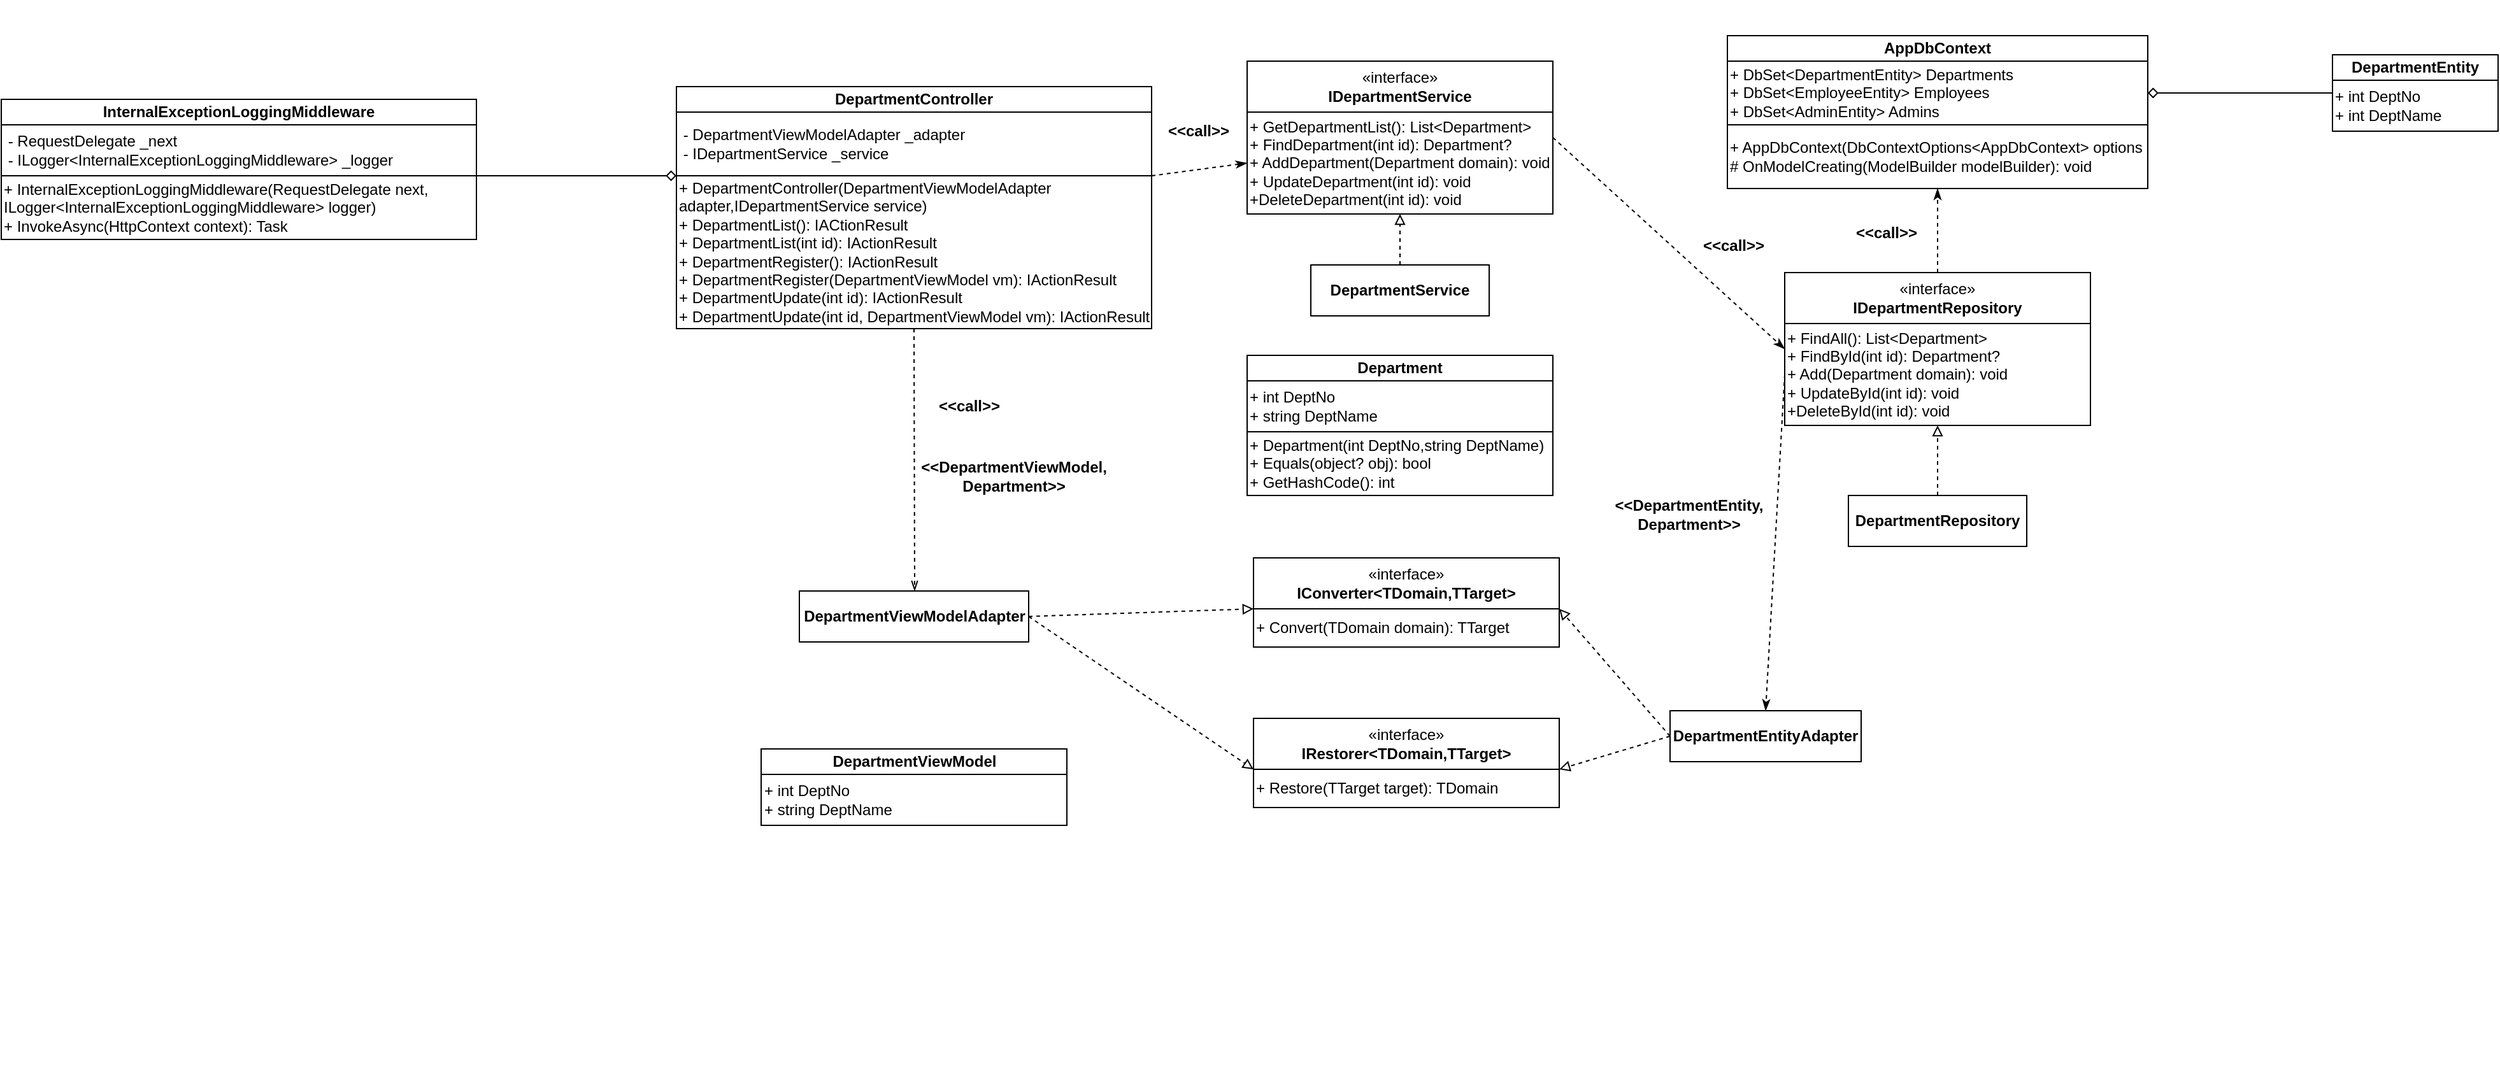
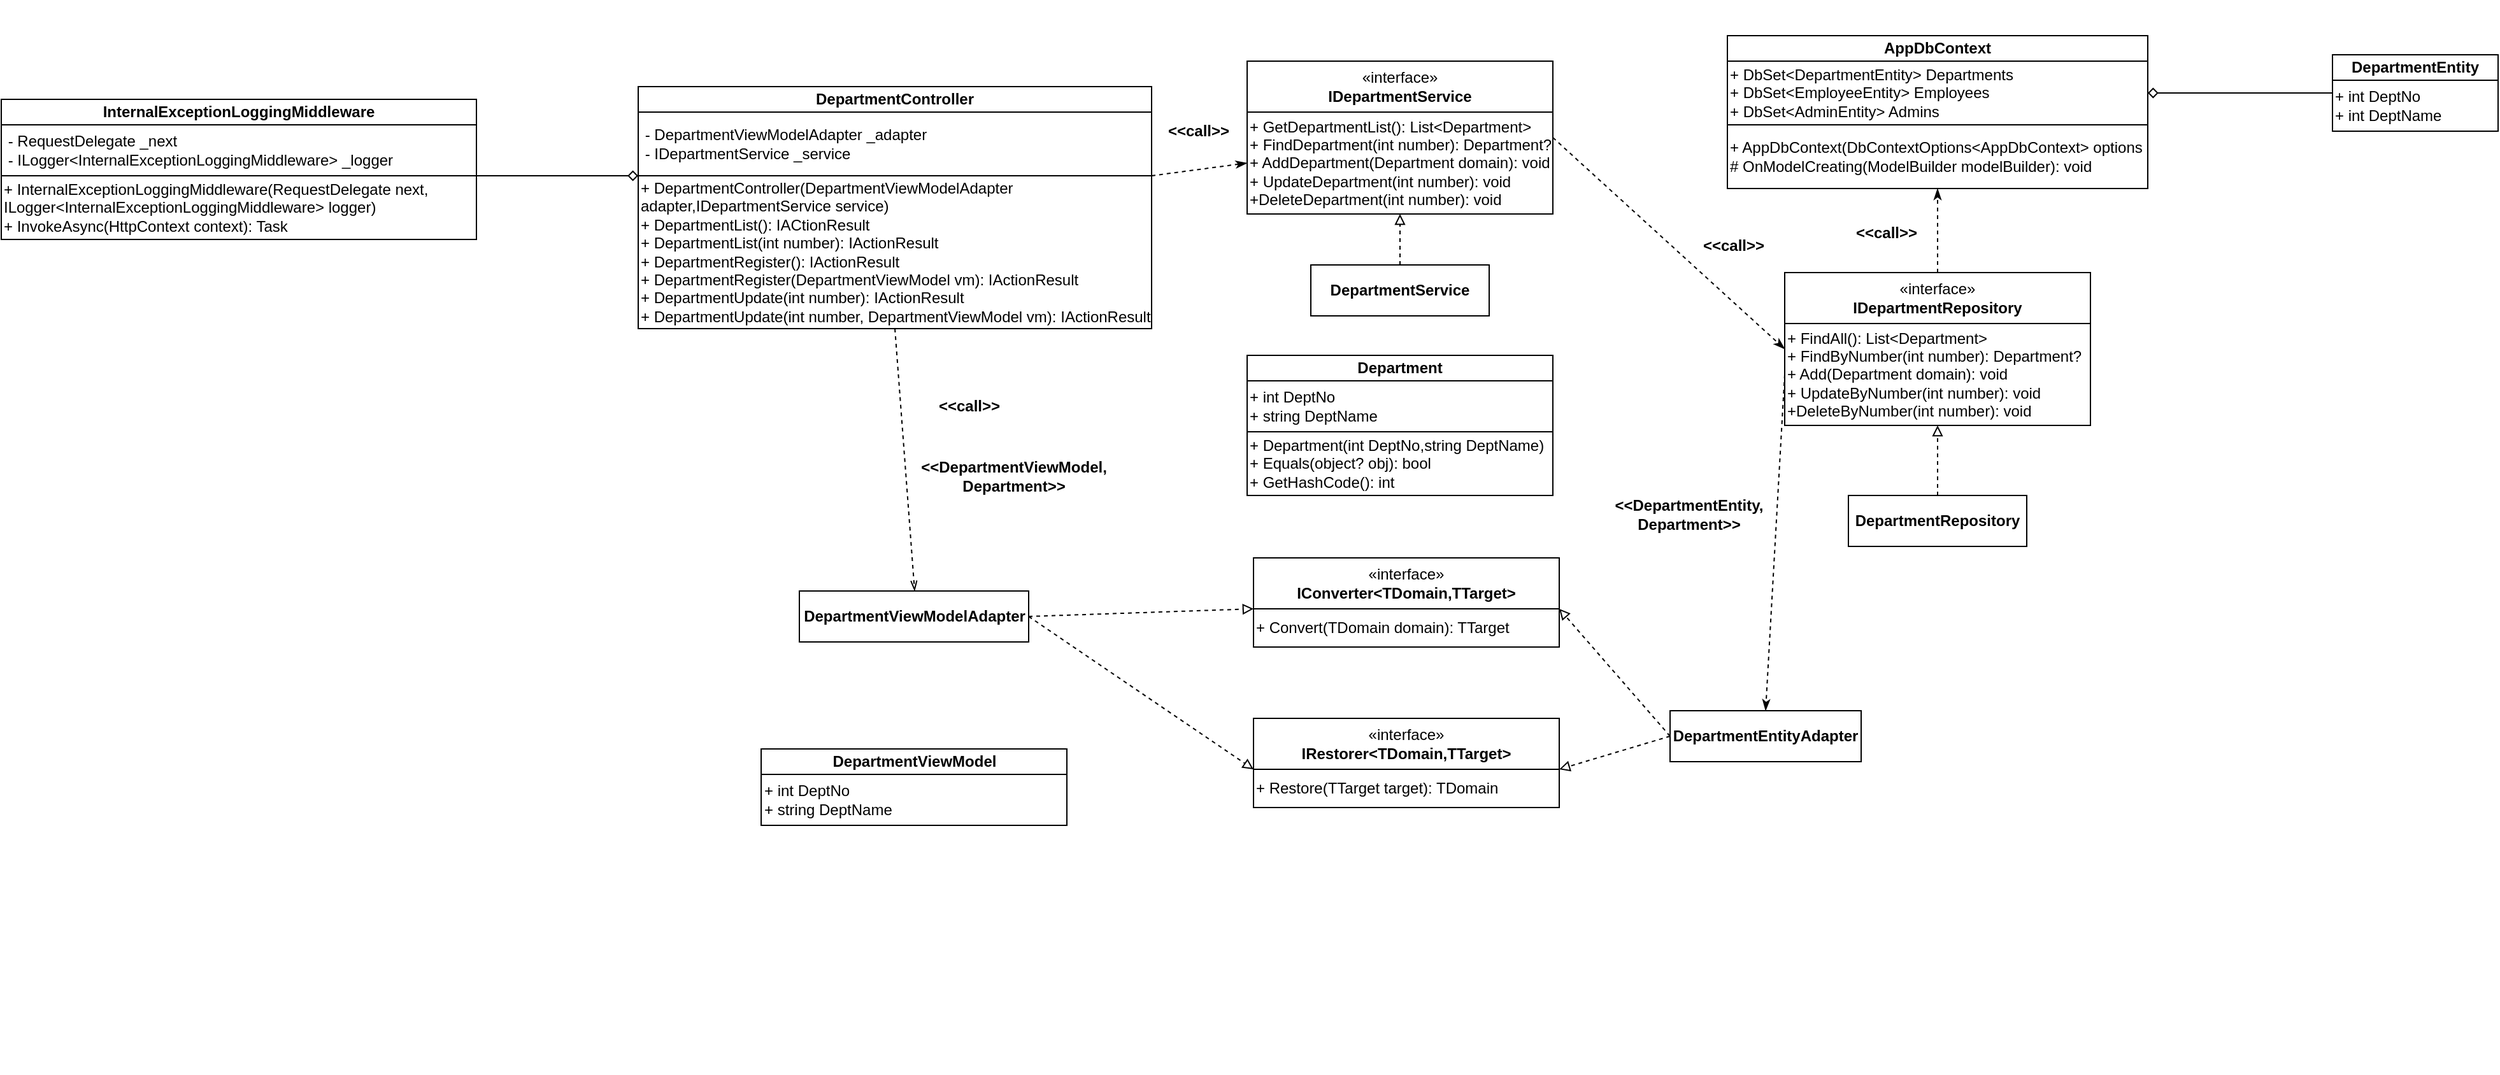
<mxfile host="app.diagrams.net" pages="3">
  <diagram id="eUCI7CJfwcSKy9IW8C9F" name="Department">
-     <mxGraphModel dx="1257" dy="1813" grid="1" gridSize="10" guides="1" tooltips="1" connect="1" arrows="1" fold="1" page="1" pageScale="1" pageWidth="827" pageHeight="1169" math="0" shadow="0">
+     <mxGraphModel dx="765" dy="1561" grid="1" gridSize="10" guides="1" tooltips="1" connect="1" arrows="1" fold="1" page="1" pageScale="1" pageWidth="827" pageHeight="1169" math="0" shadow="0">
      <root>
        <mxCell id="0" />
        <mxCell id="1" parent="0" />
        <mxCell id="2i9eVV3r1PEfjE6ppo1e-16" parent="1" style="html=1;whiteSpace=wrap;" value="«interface»&lt;br&gt;&lt;b&gt;IDepartmentRepository&lt;/b&gt;" vertex="1">
          <mxGeometry height="40" width="240" x="1650" y="-884" as="geometry" />
        </mxCell>
-         <mxCell id="2i9eVV3r1PEfjE6ppo1e-17" parent="1" style="html=1;whiteSpace=wrap;align=left;" value="+ FindAll(): List&amp;lt;Department&amp;gt;&lt;div&gt;+ FindById(int id): Department?&lt;/div&gt;&lt;div&gt;+ Add(Department domain): void&lt;/div&gt;&lt;div&gt;+ UpdateById(int id): void&lt;/div&gt;&lt;div&gt;+DeleteById(int id): void&lt;/div&gt;" vertex="1">
+         <mxCell id="2i9eVV3r1PEfjE6ppo1e-17" parent="1" style="html=1;whiteSpace=wrap;align=left;" value="+ FindAll(): List&amp;lt;Department&amp;gt;&lt;div&gt;+ FindByNumber(int number): Department?&lt;/div&gt;&lt;div&gt;+ Add(Department domain): void&lt;/div&gt;&lt;div&gt;+ UpdateByNumber(int number): void&lt;/div&gt;&lt;div&gt;+DeleteByNumber(int number): void&lt;/div&gt;" vertex="1">
          <mxGeometry height="80" width="240" x="1650" y="-844" as="geometry" />
        </mxCell>
        <mxCell id="2i9eVV3r1PEfjE6ppo1e-24" parent="1" style="html=1;whiteSpace=wrap;" value="&lt;div&gt;&lt;b style=&quot;background-color: transparent; color: light-dark(rgb(0, 0, 0), rgb(255, 255, 255));&quot;&gt;DepartmentRepository&lt;/b&gt;&lt;/div&gt;" vertex="1">
          <mxGeometry height="40" width="140" x="1700" y="-709" as="geometry" />
        </mxCell>
        <mxCell id="2i9eVV3r1PEfjE6ppo1e-27" edge="1" parent="1" source="2i9eVV3r1PEfjE6ppo1e-24" style="endArrow=block;html=1;rounded=0;dashed=1;endFill=0;exitX=0.5;exitY=0;exitDx=0;exitDy=0;entryX=0.5;entryY=1;entryDx=0;entryDy=0;" target="2i9eVV3r1PEfjE6ppo1e-17" value="">
          <mxGeometry height="50" relative="1" width="50" as="geometry">
            <mxPoint x="1838" y="-684" as="sourcePoint" />
            <mxPoint x="1888" y="-734" as="targetPoint" />
          </mxGeometry>
        </mxCell>
        <mxCell id="2i9eVV3r1PEfjE6ppo1e-29" parent="1" style="html=1;whiteSpace=wrap;" value="«interface»&lt;br&gt;&lt;b&gt;IDepartmentService&lt;/b&gt;" vertex="1">
          <mxGeometry height="40" width="240" x="1228" y="-1050" as="geometry" />
        </mxCell>
-         <mxCell id="2i9eVV3r1PEfjE6ppo1e-30" parent="1" style="html=1;whiteSpace=wrap;align=left;" value="+ GetDepartmentList(): List&amp;lt;Department&amp;gt;&lt;div&gt;+ FindDepartment(int id): Department?&lt;/div&gt;&lt;div&gt;+ AddDepartment(Department domain): void&lt;/div&gt;&lt;div&gt;+ UpdateDepartment(int id): void&lt;/div&gt;&lt;div&gt;+DeleteDepartment(int id): void&lt;/div&gt;" vertex="1">
+         <mxCell id="2i9eVV3r1PEfjE6ppo1e-30" parent="1" style="html=1;whiteSpace=wrap;align=left;" value="+ GetDepartmentList(): List&amp;lt;Department&amp;gt;&lt;div&gt;+ FindDepartment(int number): Department?&lt;/div&gt;&lt;div&gt;+ AddDepartment(Department domain): void&lt;/div&gt;&lt;div&gt;+ UpdateDepartment(int number): void&lt;/div&gt;&lt;div&gt;+DeleteDepartment(int number): void&lt;/div&gt;" vertex="1">
          <mxGeometry height="80" width="240" x="1228" y="-1010" as="geometry" />
        </mxCell>
        <mxCell id="2i9eVV3r1PEfjE6ppo1e-31" parent="1" style="html=1;whiteSpace=wrap;" value="&lt;div&gt;&lt;b style=&quot;background-color: transparent; color: light-dark(rgb(0, 0, 0), rgb(255, 255, 255));&quot;&gt;DepartmentService&lt;/b&gt;&lt;/div&gt;" vertex="1">
          <mxGeometry height="40" width="140" x="1278" y="-890" as="geometry" />
        </mxCell>
        <mxCell id="2i9eVV3r1PEfjE6ppo1e-32" edge="1" parent="1" source="2i9eVV3r1PEfjE6ppo1e-31" style="endArrow=block;html=1;rounded=0;dashed=1;endFill=0;exitX=0.5;exitY=0;exitDx=0;exitDy=0;entryX=0.5;entryY=1;entryDx=0;entryDy=0;" target="2i9eVV3r1PEfjE6ppo1e-30" value="">
          <mxGeometry height="50" relative="1" width="50" as="geometry">
            <mxPoint x="1418" y="-853" as="sourcePoint" />
            <mxPoint x="1328" y="-930" as="targetPoint" />
          </mxGeometry>
        </mxCell>
        <mxCell id="2i9eVV3r1PEfjE6ppo1e-34" parent="1" style="html=1;whiteSpace=wrap;" value="«interface»&lt;br&gt;&lt;b&gt;IConverter&amp;lt;TDomain,TTarget&amp;gt;&lt;/b&gt;" vertex="1">
          <mxGeometry height="40" width="240" x="1233" y="-660" as="geometry" />
        </mxCell>
        <mxCell id="2i9eVV3r1PEfjE6ppo1e-35" parent="1" style="html=1;whiteSpace=wrap;align=left;" value="+ Convert(TDomain domain): TTarget" vertex="1">
          <mxGeometry height="30" width="240" x="1233" y="-620" as="geometry" />
        </mxCell>
        <mxCell id="2i9eVV3r1PEfjE6ppo1e-36" parent="1" style="html=1;whiteSpace=wrap;" value="«interface»&lt;br&gt;&lt;b&gt;IRestorer&amp;lt;TDomain,TTarget&amp;gt;&lt;/b&gt;" vertex="1">
          <mxGeometry height="40" width="240" x="1233" y="-534" as="geometry" />
        </mxCell>
        <mxCell id="2i9eVV3r1PEfjE6ppo1e-37" parent="1" style="html=1;whiteSpace=wrap;align=left;" value="+ Restore(TTarget target): TDomain" vertex="1">
          <mxGeometry height="30" width="240" x="1233" y="-494" as="geometry" />
        </mxCell>
        <mxCell id="2i9eVV3r1PEfjE6ppo1e-38" parent="1" style="html=1;whiteSpace=wrap;" value="&lt;div&gt;&lt;b style=&quot;background-color: transparent; color: light-dark(rgb(0, 0, 0), rgb(255, 255, 255));&quot;&gt;DepartmentEntityAdapter&lt;/b&gt;&lt;/div&gt;" vertex="1">
          <mxGeometry height="40" width="150" x="1560" y="-540" as="geometry" />
        </mxCell>
        <mxCell id="2i9eVV3r1PEfjE6ppo1e-45" edge="1" parent="1" style="edgeStyle=orthogonalEdgeStyle;rounded=0;orthogonalLoop=1;jettySize=auto;html=1;exitX=0.5;exitY=1;exitDx=0;exitDy=0;">
          <mxGeometry relative="1" as="geometry">
            <mxPoint x="1189" y="-264" as="sourcePoint" />
            <mxPoint x="1189.1764705882354" y="-263.82352941176464" as="targetPoint" />
          </mxGeometry>
        </mxCell>
        <mxCell id="2i9eVV3r1PEfjE6ppo1e-40" parent="1" style="html=1;whiteSpace=wrap;" value="&lt;div&gt;&lt;b style=&quot;background-color: transparent; color: light-dark(rgb(0, 0, 0), rgb(255, 255, 255));&quot;&gt;DepartmentViewModelAdapter&lt;/b&gt;&lt;/div&gt;" vertex="1">
          <mxGeometry height="40" width="180" x="876.5" y="-634" as="geometry" />
        </mxCell>
        <mxCell id="2i9eVV3r1PEfjE6ppo1e-41" edge="1" parent="1" source="2i9eVV3r1PEfjE6ppo1e-38" style="endArrow=block;html=1;rounded=0;dashed=1;endFill=0;entryX=1;entryY=0;entryDx=0;entryDy=0;exitX=0;exitY=0.5;exitDx=0;exitDy=0;" target="2i9eVV3r1PEfjE6ppo1e-35" value="">
          <mxGeometry height="50" relative="1" width="50" as="geometry">
            <mxPoint x="1263" y="-514" as="sourcePoint" />
            <mxPoint x="1348" y="-484" as="targetPoint" />
          </mxGeometry>
        </mxCell>
        <mxCell id="2i9eVV3r1PEfjE6ppo1e-42" edge="1" parent="1" source="2i9eVV3r1PEfjE6ppo1e-40" style="endArrow=block;html=1;rounded=0;dashed=1;endFill=0;exitX=1;exitY=0.5;exitDx=0;exitDy=0;entryX=0;entryY=1;entryDx=0;entryDy=0;" target="2i9eVV3r1PEfjE6ppo1e-36" value="">
          <mxGeometry height="50" relative="1" width="50" as="geometry">
            <mxPoint x="1583" y="-544" as="sourcePoint" />
            <mxPoint x="1583" y="-484" as="targetPoint" />
          </mxGeometry>
        </mxCell>
        <mxCell id="2i9eVV3r1PEfjE6ppo1e-43" edge="1" parent="1" source="2i9eVV3r1PEfjE6ppo1e-38" style="endArrow=block;html=1;rounded=0;dashed=1;endFill=0;entryX=1;entryY=0;entryDx=0;entryDy=0;exitX=0;exitY=0.5;exitDx=0;exitDy=0;" target="2i9eVV3r1PEfjE6ppo1e-37" value="">
          <mxGeometry height="50" relative="1" width="50" as="geometry">
            <mxPoint x="1423" y="-514" as="sourcePoint" />
            <mxPoint x="1423" y="-624" as="targetPoint" />
          </mxGeometry>
        </mxCell>
        <mxCell id="2i9eVV3r1PEfjE6ppo1e-44" edge="1" parent="1" source="2i9eVV3r1PEfjE6ppo1e-40" style="endArrow=block;html=1;rounded=0;dashed=1;endFill=0;exitX=1;exitY=0.5;exitDx=0;exitDy=0;entryX=0;entryY=0;entryDx=0;entryDy=0;" target="2i9eVV3r1PEfjE6ppo1e-35" value="">
          <mxGeometry height="50" relative="1" width="50" as="geometry">
            <mxPoint x="1503" y="-694" as="sourcePoint" />
            <mxPoint x="1503" y="-584" as="targetPoint" />
          </mxGeometry>
        </mxCell>
        <mxCell id="2i9eVV3r1PEfjE6ppo1e-46" parent="1" style="html=1;whiteSpace=wrap;" value="&lt;b&gt;DepartmentEntity&lt;/b&gt;" vertex="1">
          <mxGeometry height="20" width="130" x="2080" y="-1055" as="geometry" />
        </mxCell>
        <mxCell id="2i9eVV3r1PEfjE6ppo1e-47" parent="1" style="html=1;whiteSpace=wrap;align=left;" value="+ int DeptNo&lt;div&gt;+ int DeptName&lt;/div&gt;" vertex="1">
          <mxGeometry height="40" width="130" x="2080" y="-1035" as="geometry" />
        </mxCell>
        <mxCell id="2i9eVV3r1PEfjE6ppo1e-48" parent="1" style="html=1;whiteSpace=wrap;" value="&lt;b&gt;Department&lt;/b&gt;" vertex="1">
          <mxGeometry height="20" width="240" x="1228" y="-819" as="geometry" />
        </mxCell>
        <mxCell id="2i9eVV3r1PEfjE6ppo1e-49" parent="1" style="html=1;whiteSpace=wrap;align=left;" value="+ int DeptNo&lt;div&gt;+ string DeptName&lt;/div&gt;" vertex="1">
          <mxGeometry height="40" width="240" x="1228" y="-799" as="geometry" />
        </mxCell>
        <mxCell id="2i9eVV3r1PEfjE6ppo1e-50" parent="1" style="html=1;whiteSpace=wrap;align=left;" value="+ Department(int DeptNo,string DeptName)&lt;div&gt;+ Equals(object? obj): bool&lt;/div&gt;&lt;div&gt;+ GetHashCode(): int&lt;/div&gt;" vertex="1">
          <mxGeometry height="50" width="240" x="1228" y="-759" as="geometry" />
        </mxCell>
        <mxCell id="2i9eVV3r1PEfjE6ppo1e-58" edge="1" parent="1" style="edgeStyle=orthogonalEdgeStyle;rounded=0;orthogonalLoop=1;jettySize=auto;html=1;exitX=0.5;exitY=1;exitDx=0;exitDy=0;">
          <mxGeometry relative="1" as="geometry">
            <mxPoint x="1630" y="-1090" as="sourcePoint" />
            <mxPoint x="1630.1764705882354" y="-1089.8235294117646" as="targetPoint" />
          </mxGeometry>
        </mxCell>
        <mxCell id="2i9eVV3r1PEfjE6ppo1e-62" parent="1" style="html=1;whiteSpace=wrap;" value="&lt;b&gt;AppDbContext&lt;/b&gt;" vertex="1">
          <mxGeometry height="20" width="330" x="1605" y="-1070" as="geometry" />
        </mxCell>
        <mxCell id="2i9eVV3r1PEfjE6ppo1e-63" parent="1" style="html=1;whiteSpace=wrap;align=left;" value="+ DbSet&amp;lt;DepartmentEntity&amp;gt; Departments&lt;div&gt;+ DbSet&amp;lt;EmployeeEntity&amp;gt; Employees&lt;/div&gt;&lt;div&gt;+ DbSet&amp;lt;AdminEntity&amp;gt; Admins&lt;/div&gt;" vertex="1">
          <mxGeometry height="50" width="330" x="1605" y="-1050" as="geometry" />
        </mxCell>
        <mxCell id="2i9eVV3r1PEfjE6ppo1e-64" parent="1" style="html=1;whiteSpace=wrap;align=left;" value="+ AppDbContext(DbContextOptions&amp;lt;AppDbContext&amp;gt; options&lt;div&gt;# OnModelCreating(ModelBuilder modelBuilder): void&lt;/div&gt;" vertex="1">
          <mxGeometry height="50" width="330" x="1605" y="-1000" as="geometry" />
        </mxCell>
        <mxCell id="1DbSAZ7MzG7zbJFLRsLz-1" parent="1" style="html=1;whiteSpace=wrap;" value="&lt;b&gt;DepartmentController&lt;/b&gt;" vertex="1">
-           <mxGeometry height="20" width="373" x="780" y="-1030" as="geometry" />
+           <mxGeometry height="20" width="403" x="750" y="-1030" as="geometry" />
        </mxCell>
        <mxCell id="1DbSAZ7MzG7zbJFLRsLz-2" parent="1" style="html=1;whiteSpace=wrap;align=left;" value="&amp;nbsp;- DepartmentViewModelAdapter _adapter&lt;div&gt;&amp;nbsp;- IDepartmentService _service&lt;/div&gt;" vertex="1">
-           <mxGeometry height="50" width="373" x="780" y="-1010" as="geometry" />
-         </mxCell>
-         <mxCell id="1DbSAZ7MzG7zbJFLRsLz-3" parent="1" style="html=1;whiteSpace=wrap;align=left;" value="+ DepartmentController(DepartmentViewModelAdapter adapter,IDepartmentService service)&lt;div&gt;+ DepartmentList(): IACtionResult&lt;/div&gt;&lt;div&gt;+ DepartmentList(int id): IActionResult&lt;/div&gt;&lt;div&gt;+ DepartmentRegister(): IActionResult&lt;/div&gt;&lt;div&gt;+ DepartmentRegister(DepartmentViewModel vm): IActionResult&amp;nbsp;&lt;/div&gt;&lt;div&gt;+ DepartmentUpdate(int id):&amp;nbsp;&lt;span style=&quot;background-color: transparent; color: light-dark(rgb(0, 0, 0), rgb(255, 255, 255));&quot;&gt;IActionResult&lt;/span&gt;&lt;/div&gt;&lt;div&gt;&lt;span style=&quot;background-color: transparent; color: light-dark(rgb(0, 0, 0), rgb(255, 255, 255));&quot;&gt;+ DepartmentUpdate(int id, DepartmentViewModel vm):&amp;nbsp;&lt;/span&gt;&lt;span style=&quot;background-color: transparent; color: light-dark(rgb(0, 0, 0), rgb(255, 255, 255));&quot;&gt;IActionResult&lt;/span&gt;&lt;/div&gt;" vertex="1">
-           <mxGeometry height="120" width="373" x="780" y="-960" as="geometry" />
+           <mxGeometry height="50" width="403" x="750" y="-1010" as="geometry" />
+         </mxCell>
+         <mxCell id="1DbSAZ7MzG7zbJFLRsLz-3" parent="1" style="html=1;whiteSpace=wrap;align=left;" value="+ DepartmentController(DepartmentViewModelAdapter adapter,IDepartmentService service)&lt;div&gt;+ DepartmentList(): IACtionResult&lt;/div&gt;&lt;div&gt;+ DepartmentList(int number): IActionResult&lt;/div&gt;&lt;div&gt;+ DepartmentRegister(): IActionResult&lt;/div&gt;&lt;div&gt;+ DepartmentRegister(DepartmentViewModel vm): IActionResult&amp;nbsp;&lt;/div&gt;&lt;div&gt;+ DepartmentUpdate(int number):&amp;nbsp;&lt;span style=&quot;background-color: transparent; color: light-dark(rgb(0, 0, 0), rgb(255, 255, 255));&quot;&gt;IActionResult&lt;/span&gt;&lt;/div&gt;&lt;div&gt;&lt;span style=&quot;background-color: transparent; color: light-dark(rgb(0, 0, 0), rgb(255, 255, 255));&quot;&gt;+ DepartmentUpdate(int number, DepartmentViewModel vm):&amp;nbsp;&lt;/span&gt;&lt;span style=&quot;background-color: transparent; color: light-dark(rgb(0, 0, 0), rgb(255, 255, 255));&quot;&gt;IActionResult&lt;/span&gt;&lt;/div&gt;" vertex="1">
+           <mxGeometry height="120" width="403" x="750" y="-960" as="geometry" />
        </mxCell>
        <mxCell id="1DbSAZ7MzG7zbJFLRsLz-4" edge="1" parent="1" source="1DbSAZ7MzG7zbJFLRsLz-3" style="endArrow=openThin;html=1;rounded=0;dashed=1;endFill=0;exitX=0.5;exitY=1;exitDx=0;exitDy=0;" value="">
          <mxGeometry height="50" relative="1" width="50" as="geometry">
            <mxPoint x="944.38" y="-650" as="sourcePoint" />
            <mxPoint x="967" y="-634" as="targetPoint" />
          </mxGeometry>
        </mxCell>
        <mxCell id="1DbSAZ7MzG7zbJFLRsLz-5" parent="1" style="text;html=1;whiteSpace=wrap;strokeColor=none;fillColor=none;align=center;verticalAlign=middle;rounded=0;" value="&lt;b&gt;&amp;lt;&amp;lt;call&amp;gt;&amp;gt;&lt;/b&gt;" vertex="1">
          <mxGeometry height="30" width="60" x="980" y="-794" as="geometry" />
        </mxCell>
        <mxCell id="1DbSAZ7MzG7zbJFLRsLz-6" edge="1" parent="1" source="1DbSAZ7MzG7zbJFLRsLz-3" style="endArrow=classicThin;html=1;rounded=0;dashed=1;endFill=1;exitX=1;exitY=0;exitDx=0;exitDy=0;entryX=0;entryY=0.5;entryDx=0;entryDy=0;" target="2i9eVV3r1PEfjE6ppo1e-30" value="">
          <mxGeometry height="50" relative="1" width="50" as="geometry">
            <mxPoint x="1040" y="-770" as="sourcePoint" />
            <mxPoint x="1040" y="-440" as="targetPoint" />
          </mxGeometry>
        </mxCell>
        <mxCell id="1DbSAZ7MzG7zbJFLRsLz-7" parent="1" style="text;html=1;whiteSpace=wrap;strokeColor=none;fillColor=none;align=center;verticalAlign=middle;rounded=0;" value="&lt;b&gt;&amp;lt;&amp;lt;call&amp;gt;&amp;gt;&lt;/b&gt;" vertex="1">
          <mxGeometry height="30" width="60" x="1160" y="-1010" as="geometry" />
        </mxCell>
        <mxCell id="1DbSAZ7MzG7zbJFLRsLz-8" parent="1" style="html=1;whiteSpace=wrap;" value="&lt;b&gt;DepartmentViewModel&lt;/b&gt;" vertex="1">
          <mxGeometry height="20" width="240" x="846.5" y="-510" as="geometry" />
        </mxCell>
        <mxCell id="1DbSAZ7MzG7zbJFLRsLz-9" parent="1" style="html=1;whiteSpace=wrap;align=left;" value="+ int DeptNo&lt;div&gt;+ string DeptName&lt;/div&gt;" vertex="1">
          <mxGeometry height="40" width="240" x="846.5" y="-490" as="geometry" />
        </mxCell>
        <mxCell id="1DbSAZ7MzG7zbJFLRsLz-12" parent="1" style="text;html=1;whiteSpace=wrap;strokeColor=none;fillColor=none;align=center;verticalAlign=middle;rounded=0;" value="&lt;b&gt;&amp;lt;&amp;lt;DepartmentViewModel,&lt;/b&gt;&lt;div&gt;&lt;b style=&quot;background-color: transparent; color: light-dark(rgb(0, 0, 0), rgb(255, 255, 255));&quot;&gt;Department&amp;gt;&amp;gt;&lt;/b&gt;&lt;/div&gt;" vertex="1">
          <mxGeometry height="30" width="110" x="990" y="-739" as="geometry" />
        </mxCell>
        <mxCell id="1DbSAZ7MzG7zbJFLRsLz-14" edge="1" parent="1" source="2i9eVV3r1PEfjE6ppo1e-16" style="endArrow=classicThin;html=1;rounded=0;dashed=1;endFill=1;exitX=0.5;exitY=0;exitDx=0;exitDy=0;entryX=0.5;entryY=1;entryDx=0;entryDy=0;" target="2i9eVV3r1PEfjE6ppo1e-64" value="">
          <mxGeometry height="50" relative="1" width="50" as="geometry">
            <mxPoint x="1610" y="-920" as="sourcePoint" />
            <mxPoint x="1685" y="-930" as="targetPoint" />
          </mxGeometry>
        </mxCell>
        <mxCell id="1DbSAZ7MzG7zbJFLRsLz-15" parent="1" style="text;html=1;whiteSpace=wrap;strokeColor=none;fillColor=none;align=center;verticalAlign=middle;rounded=0;" value="&lt;b&gt;&amp;lt;&amp;lt;call&amp;gt;&amp;gt;&lt;/b&gt;" vertex="1">
          <mxGeometry height="30" width="60" x="1700" y="-930" as="geometry" />
        </mxCell>
        <mxCell id="1DbSAZ7MzG7zbJFLRsLz-16" edge="1" parent="1" source="2i9eVV3r1PEfjE6ppo1e-30" style="endArrow=classicThin;html=1;rounded=0;dashed=1;endFill=1;exitX=1;exitY=0.25;exitDx=0;exitDy=0;entryX=0;entryY=0.25;entryDx=0;entryDy=0;" target="2i9eVV3r1PEfjE6ppo1e-17" value="">
          <mxGeometry height="50" relative="1" width="50" as="geometry">
            <mxPoint x="1520" y="-920" as="sourcePoint" />
            <mxPoint x="1595" y="-930" as="targetPoint" />
          </mxGeometry>
        </mxCell>
        <mxCell id="1DbSAZ7MzG7zbJFLRsLz-17" parent="1" style="text;html=1;whiteSpace=wrap;strokeColor=none;fillColor=none;align=center;verticalAlign=middle;rounded=0;" value="&lt;b&gt;&amp;lt;&amp;lt;call&amp;gt;&amp;gt;&lt;/b&gt;" vertex="1">
          <mxGeometry height="30" width="60" x="1580" y="-920" as="geometry" />
        </mxCell>
        <mxCell id="1DbSAZ7MzG7zbJFLRsLz-18" edge="1" parent="1" source="2i9eVV3r1PEfjE6ppo1e-17" style="endArrow=classicThin;html=1;rounded=0;dashed=1;endFill=1;exitX=0;exitY=0.5;exitDx=0;exitDy=0;entryX=0.5;entryY=0;entryDx=0;entryDy=0;" target="2i9eVV3r1PEfjE6ppo1e-38" value="">
          <mxGeometry height="50" relative="1" width="50" as="geometry">
            <mxPoint x="1600" y="-710" as="sourcePoint" />
            <mxPoint x="1675" y="-720" as="targetPoint" />
          </mxGeometry>
        </mxCell>
        <mxCell id="1DbSAZ7MzG7zbJFLRsLz-19" parent="1" style="text;html=1;whiteSpace=wrap;strokeColor=none;fillColor=none;align=center;verticalAlign=middle;rounded=0;" value="&lt;b&gt;&amp;lt;&amp;lt;DepartmentEntity,&lt;/b&gt;&lt;div&gt;&lt;b style=&quot;background-color: transparent; color: light-dark(rgb(0, 0, 0), rgb(255, 255, 255));&quot;&gt;Department&amp;gt;&amp;gt;&lt;/b&gt;&lt;/div&gt;" vertex="1">
          <mxGeometry height="30" width="130" x="1510" y="-709" as="geometry" />
        </mxCell>
        <mxCell id="9Ix3hi-wtfq-2U6wUrY2-1" parent="1" style="html=1;whiteSpace=wrap;" value="&lt;b&gt;InternalExceptionLoggingMiddleware&lt;/b&gt;" vertex="1">
          <mxGeometry height="20" width="373" x="250" y="-1020" as="geometry" />
        </mxCell>
        <mxCell id="9Ix3hi-wtfq-2U6wUrY2-2" parent="1" style="html=1;whiteSpace=wrap;align=left;" value="&amp;nbsp;- RequestDelegate _next&lt;div&gt;&amp;nbsp;- ILogger&amp;lt;InternalExceptionLoggingMiddleware&amp;gt; _logger&lt;/div&gt;" vertex="1">
          <mxGeometry height="40" width="373" x="250" y="-1000" as="geometry" />
        </mxCell>
        <mxCell id="9Ix3hi-wtfq-2U6wUrY2-3" parent="1" style="html=1;whiteSpace=wrap;align=left;" value="+ InternalExceptionLoggingMiddleware(RequestDelegate next, ILogger&amp;lt;InternalExceptionLoggingMiddleware&amp;gt; logger)&lt;div&gt;+ InvokeAsync(HttpContext context): Task&lt;/div&gt;" vertex="1">
          <mxGeometry height="50" width="373" x="250" y="-960" as="geometry" />
        </mxCell>
        <mxCell id="9Ix3hi-wtfq-2U6wUrY2-4" edge="1" parent="1" source="9Ix3hi-wtfq-2U6wUrY2-3" style="endArrow=diamond;html=1;rounded=0;exitX=1;exitY=0;exitDx=0;exitDy=0;entryX=0;entryY=0;entryDx=0;entryDy=0;endFill=0;" target="1DbSAZ7MzG7zbJFLRsLz-3" value="">
          <mxGeometry height="50" relative="1" width="50" as="geometry">
            <mxPoint x="680" y="-900" as="sourcePoint" />
            <mxPoint x="730" y="-950" as="targetPoint" />
          </mxGeometry>
        </mxCell>
        <mxCell id="km-V2S8EZdVJVERtS5GH-1" edge="1" parent="1" source="2i9eVV3r1PEfjE6ppo1e-47" style="endArrow=diamond;html=1;rounded=0;exitX=0;exitY=0.25;exitDx=0;exitDy=0;entryX=1;entryY=0.5;entryDx=0;entryDy=0;endFill=0;" target="2i9eVV3r1PEfjE6ppo1e-63" value="">
          <mxGeometry height="50" relative="1" width="50" as="geometry">
            <mxPoint x="1999.9999999999995" y="-980" as="sourcePoint" />
            <mxPoint x="2037" y="-910" as="targetPoint" />
          </mxGeometry>
        </mxCell>
      </root>
    </mxGraphModel>
  </diagram>
  <diagram name="Employee" id="ctHemjxWDjDr60AbpEuo">
-     <mxGraphModel dx="1257" dy="1813" grid="1" gridSize="10" guides="1" tooltips="1" connect="1" arrows="1" fold="1" page="1" pageScale="1" pageWidth="827" pageHeight="1169" math="0" shadow="0">
+     <mxGraphModel dx="880" dy="1620" grid="1" gridSize="10" guides="1" tooltips="1" connect="1" arrows="1" fold="1" page="1" pageScale="1" pageWidth="827" pageHeight="1169" math="0" shadow="0">
      <root>
        <mxCell id="L4VuaSQB8rrQu0eL9hJd-0" />
        <mxCell id="L4VuaSQB8rrQu0eL9hJd-1" parent="L4VuaSQB8rrQu0eL9hJd-0" />
        <mxCell id="L4VuaSQB8rrQu0eL9hJd-2" parent="L4VuaSQB8rrQu0eL9hJd-1" style="html=1;whiteSpace=wrap;" value="«interface»&lt;br&gt;&lt;b&gt;IEmployeeRepository&lt;/b&gt;" vertex="1">
          <mxGeometry height="40" width="240" x="1440" y="-924" as="geometry" />
        </mxCell>
-         <mxCell id="L4VuaSQB8rrQu0eL9hJd-3" parent="L4VuaSQB8rrQu0eL9hJd-1" style="html=1;whiteSpace=wrap;align=left;" value="+ FindAll(): List&amp;lt;Employee&amp;gt;&lt;div&gt;+ FindById(int id): Employee?&lt;/div&gt;&lt;div&gt;+ Add(Employee&amp;nbsp;domain): void&lt;/div&gt;&lt;div&gt;+ UpdateById(int id): void&lt;/div&gt;&lt;div&gt;+DeleteById(int id): void&lt;/div&gt;" vertex="1">
+         <mxCell id="L4VuaSQB8rrQu0eL9hJd-3" parent="L4VuaSQB8rrQu0eL9hJd-1" style="html=1;whiteSpace=wrap;align=left;" value="+ FindAll(): List&amp;lt;Employee&amp;gt;&lt;div&gt;+ FindByNumber(int number): Employee?&lt;/div&gt;&lt;div&gt;+ Add(Employee&amp;nbsp;domain): void&lt;/div&gt;&lt;div&gt;+ UpdateByNumber(int number): void&lt;/div&gt;&lt;div&gt;+ DeleteByNumber(int number): void&lt;/div&gt;" vertex="1">
          <mxGeometry height="80" width="240" x="1440" y="-884" as="geometry" />
        </mxCell>
        <mxCell id="L4VuaSQB8rrQu0eL9hJd-4" parent="L4VuaSQB8rrQu0eL9hJd-1" style="html=1;whiteSpace=wrap;" value="&lt;div&gt;&lt;b&gt;&lt;span style=&quot;text-align: left; background-color: transparent; color: light-dark(rgb(0, 0, 0), rgb(255, 255, 255));&quot;&gt;Employee&lt;/span&gt;&lt;span style=&quot;background-color: transparent; color: light-dark(rgb(0, 0, 0), rgb(255, 255, 255));&quot;&gt;Repository&lt;/span&gt;&lt;/b&gt;&lt;/div&gt;" vertex="1">
          <mxGeometry height="40" width="140" x="1490" y="-749" as="geometry" />
        </mxCell>
        <mxCell id="L4VuaSQB8rrQu0eL9hJd-5" edge="1" parent="L4VuaSQB8rrQu0eL9hJd-1" source="L4VuaSQB8rrQu0eL9hJd-4" style="endArrow=block;html=1;rounded=0;dashed=1;endFill=0;exitX=0.5;exitY=0;exitDx=0;exitDy=0;entryX=0.5;entryY=1;entryDx=0;entryDy=0;" target="L4VuaSQB8rrQu0eL9hJd-3" value="">
          <mxGeometry height="50" relative="1" width="50" as="geometry">
            <mxPoint x="1628" y="-724" as="sourcePoint" />
            <mxPoint x="1678" y="-774" as="targetPoint" />
          </mxGeometry>
        </mxCell>
        <mxCell id="L4VuaSQB8rrQu0eL9hJd-6" parent="L4VuaSQB8rrQu0eL9hJd-1" style="html=1;whiteSpace=wrap;" value="«interface»&lt;br&gt;&lt;b&gt;IEmployeeService&lt;/b&gt;" vertex="1">
          <mxGeometry height="40" width="240" x="1018" y="-1090" as="geometry" />
        </mxCell>
-         <mxCell id="L4VuaSQB8rrQu0eL9hJd-7" parent="L4VuaSQB8rrQu0eL9hJd-1" style="html=1;whiteSpace=wrap;align=left;" value="+ GetEmployeeList(): List&amp;lt;Employee&amp;gt;&lt;div&gt;+ Find&lt;span style=&quot;background-color: transparent; color: light-dark(rgb(0, 0, 0), rgb(255, 255, 255));&quot;&gt;Employee&lt;/span&gt;&lt;span style=&quot;background-color: transparent; color: light-dark(rgb(0, 0, 0), rgb(255, 255, 255));&quot;&gt;(int id):&amp;nbsp;&lt;/span&gt;&lt;span style=&quot;background-color: transparent; color: light-dark(rgb(0, 0, 0), rgb(255, 255, 255));&quot;&gt;Employee&lt;/span&gt;&lt;span style=&quot;background-color: transparent; color: light-dark(rgb(0, 0, 0), rgb(255, 255, 255));&quot;&gt;?&lt;/span&gt;&lt;/div&gt;&lt;div&gt;+ Add&lt;span style=&quot;background-color: transparent; color: light-dark(rgb(0, 0, 0), rgb(255, 255, 255));&quot;&gt;Employee&lt;/span&gt;&lt;span style=&quot;background-color: transparent; color: light-dark(rgb(0, 0, 0), rgb(255, 255, 255));&quot;&gt;(&lt;/span&gt;&lt;span style=&quot;background-color: transparent; color: light-dark(rgb(0, 0, 0), rgb(255, 255, 255));&quot;&gt;Employee&lt;/span&gt;&lt;span style=&quot;background-color: transparent; color: light-dark(rgb(0, 0, 0), rgb(255, 255, 255));&quot;&gt;&amp;nbsp;domain): void&lt;/span&gt;&lt;/div&gt;&lt;div&gt;+ Update&lt;span style=&quot;background-color: transparent; color: light-dark(rgb(0, 0, 0), rgb(255, 255, 255));&quot;&gt;Employee&lt;/span&gt;&lt;span style=&quot;background-color: transparent; color: light-dark(rgb(0, 0, 0), rgb(255, 255, 255));&quot;&gt;(int id): void&lt;/span&gt;&lt;/div&gt;&lt;div&gt;+Delete&lt;span style=&quot;background-color: transparent; color: light-dark(rgb(0, 0, 0), rgb(255, 255, 255));&quot;&gt;Employee&lt;/span&gt;&lt;span style=&quot;background-color: transparent; color: light-dark(rgb(0, 0, 0), rgb(255, 255, 255));&quot;&gt;(int id): void&lt;/span&gt;&lt;/div&gt;" vertex="1">
+         <mxCell id="L4VuaSQB8rrQu0eL9hJd-7" parent="L4VuaSQB8rrQu0eL9hJd-1" style="html=1;whiteSpace=wrap;align=left;" value="+ GetEmployeeList(): List&amp;lt;Employee&amp;gt;&lt;div&gt;+ Find&lt;span style=&quot;background-color: transparent; color: light-dark(rgb(0, 0, 0), rgb(255, 255, 255));&quot;&gt;Employee&lt;/span&gt;&lt;span style=&quot;background-color: transparent; color: light-dark(rgb(0, 0, 0), rgb(255, 255, 255));&quot;&gt;(int number):&amp;nbsp;&lt;/span&gt;&lt;span style=&quot;background-color: transparent; color: light-dark(rgb(0, 0, 0), rgb(255, 255, 255));&quot;&gt;Employee&lt;/span&gt;&lt;span style=&quot;background-color: transparent; color: light-dark(rgb(0, 0, 0), rgb(255, 255, 255));&quot;&gt;?&lt;/span&gt;&lt;/div&gt;&lt;div&gt;+ Add&lt;span style=&quot;background-color: transparent; color: light-dark(rgb(0, 0, 0), rgb(255, 255, 255));&quot;&gt;Employee&lt;/span&gt;&lt;span style=&quot;background-color: transparent; color: light-dark(rgb(0, 0, 0), rgb(255, 255, 255));&quot;&gt;(&lt;/span&gt;&lt;span style=&quot;background-color: transparent; color: light-dark(rgb(0, 0, 0), rgb(255, 255, 255));&quot;&gt;Employee&lt;/span&gt;&lt;span style=&quot;background-color: transparent; color: light-dark(rgb(0, 0, 0), rgb(255, 255, 255));&quot;&gt;&amp;nbsp;domain): void&lt;/span&gt;&lt;/div&gt;&lt;div&gt;+ Update&lt;span style=&quot;background-color: transparent; color: light-dark(rgb(0, 0, 0), rgb(255, 255, 255));&quot;&gt;Employee&lt;/span&gt;&lt;span style=&quot;background-color: transparent; color: light-dark(rgb(0, 0, 0), rgb(255, 255, 255));&quot;&gt;(int number): void&lt;/span&gt;&lt;/div&gt;&lt;div&gt;+Delete&lt;span style=&quot;background-color: transparent; color: light-dark(rgb(0, 0, 0), rgb(255, 255, 255));&quot;&gt;Employee&lt;/span&gt;&lt;span style=&quot;background-color: transparent; color: light-dark(rgb(0, 0, 0), rgb(255, 255, 255));&quot;&gt;(int number): void&lt;/span&gt;&lt;/div&gt;" vertex="1">
          <mxGeometry height="80" width="240" x="1018" y="-1050" as="geometry" />
        </mxCell>
        <mxCell id="L4VuaSQB8rrQu0eL9hJd-8" parent="L4VuaSQB8rrQu0eL9hJd-1" style="html=1;whiteSpace=wrap;" value="&lt;div&gt;&lt;b style=&quot;background-color: transparent; color: light-dark(rgb(0, 0, 0), rgb(255, 255, 255));&quot;&gt;EmployeeService&lt;/b&gt;&lt;/div&gt;" vertex="1">
          <mxGeometry height="40" width="140" x="1068" y="-930" as="geometry" />
        </mxCell>
        <mxCell id="L4VuaSQB8rrQu0eL9hJd-9" edge="1" parent="L4VuaSQB8rrQu0eL9hJd-1" source="L4VuaSQB8rrQu0eL9hJd-8" style="endArrow=block;html=1;rounded=0;dashed=1;endFill=0;exitX=0.5;exitY=0;exitDx=0;exitDy=0;entryX=0.5;entryY=1;entryDx=0;entryDy=0;" target="L4VuaSQB8rrQu0eL9hJd-7" value="">
          <mxGeometry height="50" relative="1" width="50" as="geometry">
            <mxPoint x="1208" y="-893" as="sourcePoint" />
            <mxPoint x="1118" y="-970" as="targetPoint" />
          </mxGeometry>
        </mxCell>
        <mxCell id="L4VuaSQB8rrQu0eL9hJd-10" parent="L4VuaSQB8rrQu0eL9hJd-1" style="html=1;whiteSpace=wrap;" value="«interface»&lt;br&gt;&lt;b&gt;IConverter&amp;lt;TDomain,TTarget&amp;gt;&lt;/b&gt;" vertex="1">
          <mxGeometry height="40" width="240" x="1023" y="-638" as="geometry" />
        </mxCell>
        <mxCell id="L4VuaSQB8rrQu0eL9hJd-11" parent="L4VuaSQB8rrQu0eL9hJd-1" style="html=1;whiteSpace=wrap;align=left;" value="+ Convert(TDomain domain): TTarget" vertex="1">
          <mxGeometry height="30" width="240" x="1023" y="-598" as="geometry" />
        </mxCell>
        <mxCell id="L4VuaSQB8rrQu0eL9hJd-12" parent="L4VuaSQB8rrQu0eL9hJd-1" style="html=1;whiteSpace=wrap;" value="«interface»&lt;br&gt;&lt;b&gt;IRestorer&amp;lt;TDomain,TTarget&amp;gt;&lt;/b&gt;" vertex="1">
          <mxGeometry height="40" width="240" x="1023" y="-512" as="geometry" />
        </mxCell>
        <mxCell id="L4VuaSQB8rrQu0eL9hJd-13" parent="L4VuaSQB8rrQu0eL9hJd-1" style="html=1;whiteSpace=wrap;align=left;" value="+ Restore(TTarget target): TDomain" vertex="1">
          <mxGeometry height="30" width="240" x="1023" y="-472" as="geometry" />
        </mxCell>
        <mxCell id="L4VuaSQB8rrQu0eL9hJd-14" parent="L4VuaSQB8rrQu0eL9hJd-1" style="html=1;whiteSpace=wrap;" value="&lt;div&gt;&lt;span style=&quot;text-align: left; background-color: transparent; color: light-dark(rgb(0, 0, 0), rgb(255, 255, 255));&quot;&gt;&lt;b&gt;Employee&lt;/b&gt;&lt;/span&gt;&lt;b style=&quot;background-color: transparent; color: light-dark(rgb(0, 0, 0), rgb(255, 255, 255));&quot;&gt;EntityAdapter&lt;/b&gt;&lt;/div&gt;" vertex="1">
          <mxGeometry height="40" width="150" x="1350" y="-580" as="geometry" />
        </mxCell>
        <mxCell id="L4VuaSQB8rrQu0eL9hJd-15" edge="1" parent="L4VuaSQB8rrQu0eL9hJd-1" style="edgeStyle=orthogonalEdgeStyle;rounded=0;orthogonalLoop=1;jettySize=auto;html=1;exitX=0.5;exitY=1;exitDx=0;exitDy=0;">
          <mxGeometry relative="1" as="geometry">
            <mxPoint x="1189" y="-264" as="sourcePoint" />
            <mxPoint x="1189.1764705882354" y="-263.82352941176464" as="targetPoint" />
          </mxGeometry>
        </mxCell>
        <mxCell id="L4VuaSQB8rrQu0eL9hJd-16" parent="L4VuaSQB8rrQu0eL9hJd-1" style="html=1;whiteSpace=wrap;" value="&lt;div&gt;&lt;b style=&quot;background-color: transparent; color: light-dark(rgb(0, 0, 0), rgb(255, 255, 255));&quot;&gt;EmployeeViewModelAdapter&lt;/b&gt;&lt;/div&gt;" vertex="1">
          <mxGeometry height="40" width="180" x="666.5" y="-674" as="geometry" />
        </mxCell>
        <mxCell id="L4VuaSQB8rrQu0eL9hJd-17" edge="1" parent="L4VuaSQB8rrQu0eL9hJd-1" source="L4VuaSQB8rrQu0eL9hJd-14" style="endArrow=block;html=1;rounded=0;dashed=1;endFill=0;entryX=1;entryY=0;entryDx=0;entryDy=0;exitX=0;exitY=0.5;exitDx=0;exitDy=0;" target="L4VuaSQB8rrQu0eL9hJd-11" value="">
          <mxGeometry height="50" relative="1" width="50" as="geometry">
            <mxPoint x="1053" y="-554" as="sourcePoint" />
            <mxPoint x="1138" y="-524" as="targetPoint" />
          </mxGeometry>
        </mxCell>
        <mxCell id="L4VuaSQB8rrQu0eL9hJd-18" edge="1" parent="L4VuaSQB8rrQu0eL9hJd-1" source="L4VuaSQB8rrQu0eL9hJd-16" style="endArrow=block;html=1;rounded=0;dashed=1;endFill=0;exitX=1;exitY=0.5;exitDx=0;exitDy=0;entryX=0;entryY=1;entryDx=0;entryDy=0;" target="L4VuaSQB8rrQu0eL9hJd-12" value="">
          <mxGeometry height="50" relative="1" width="50" as="geometry">
            <mxPoint x="1373" y="-584" as="sourcePoint" />
            <mxPoint x="1373" y="-524" as="targetPoint" />
          </mxGeometry>
        </mxCell>
        <mxCell id="L4VuaSQB8rrQu0eL9hJd-19" edge="1" parent="L4VuaSQB8rrQu0eL9hJd-1" source="L4VuaSQB8rrQu0eL9hJd-14" style="endArrow=block;html=1;rounded=0;dashed=1;endFill=0;entryX=1;entryY=0;entryDx=0;entryDy=0;exitX=0;exitY=0.5;exitDx=0;exitDy=0;" target="L4VuaSQB8rrQu0eL9hJd-13" value="">
          <mxGeometry height="50" relative="1" width="50" as="geometry">
            <mxPoint x="1213" y="-554" as="sourcePoint" />
            <mxPoint x="1213" y="-664" as="targetPoint" />
          </mxGeometry>
        </mxCell>
        <mxCell id="L4VuaSQB8rrQu0eL9hJd-20" edge="1" parent="L4VuaSQB8rrQu0eL9hJd-1" source="L4VuaSQB8rrQu0eL9hJd-16" style="endArrow=block;html=1;rounded=0;dashed=1;endFill=0;exitX=1;exitY=0.5;exitDx=0;exitDy=0;entryX=0;entryY=0;entryDx=0;entryDy=0;" target="L4VuaSQB8rrQu0eL9hJd-11" value="">
          <mxGeometry height="50" relative="1" width="50" as="geometry">
            <mxPoint x="1293" y="-734" as="sourcePoint" />
            <mxPoint x="1293" y="-624" as="targetPoint" />
          </mxGeometry>
        </mxCell>
        <mxCell id="L4VuaSQB8rrQu0eL9hJd-21" parent="L4VuaSQB8rrQu0eL9hJd-1" style="html=1;whiteSpace=wrap;" value="&lt;span style=&quot;text-align: left;&quot;&gt;&lt;b&gt;Employee&lt;/b&gt;&lt;/span&gt;&lt;b&gt;Entity&lt;/b&gt;" vertex="1">
          <mxGeometry height="20" width="150" x="1917" y="-1120" as="geometry" />
        </mxCell>
-         <mxCell id="L4VuaSQB8rrQu0eL9hJd-22" parent="L4VuaSQB8rrQu0eL9hJd-1" style="html=1;whiteSpace=wrap;align=left;" value="+ int? EmpNo&lt;div&gt;+ string EmpName&lt;/div&gt;&lt;div&gt;+ DateOnly Birthday&lt;/div&gt;&lt;div&gt;+ string Mail&lt;/div&gt;&lt;div&gt;+ int? DeptNo&lt;/div&gt;&lt;div&gt;+ DepartmentEntity? Dept&lt;/div&gt;" vertex="1">
+         <mxCell id="L4VuaSQB8rrQu0eL9hJd-22" parent="L4VuaSQB8rrQu0eL9hJd-1" style="html=1;whiteSpace=wrap;align=left;" value="+ int? EmpNo&lt;div&gt;+ string EmpName&lt;/div&gt;&lt;div&gt;+ DateOnly Birthday&lt;/div&gt;&lt;div&gt;+ string MailAddress&lt;/div&gt;&lt;div&gt;+ int? DeptNo&lt;/div&gt;&lt;div&gt;+ DepartmentEntity? Dept&lt;/div&gt;" vertex="1">
          <mxGeometry height="90" width="150" x="1917" y="-1100" as="geometry" />
        </mxCell>
        <mxCell id="L4VuaSQB8rrQu0eL9hJd-23" parent="L4VuaSQB8rrQu0eL9hJd-1" style="html=1;whiteSpace=wrap;" value="&lt;b&gt;Employee&lt;/b&gt;" vertex="1">
-           <mxGeometry height="20" width="240" x="1018" y="-859" as="geometry" />
-         </mxCell>
-         <mxCell id="L4VuaSQB8rrQu0eL9hJd-24" parent="L4VuaSQB8rrQu0eL9hJd-1" style="html=1;whiteSpace=wrap;align=left;" value="+ int? EmpNo&lt;div&gt;+ string EmpName&lt;/div&gt;&lt;div&gt;+ DateOnly Birthday&lt;/div&gt;&lt;div&gt;+ string Mail&lt;/div&gt;&lt;div&gt;+ int? DeptNo&lt;/div&gt;&lt;div&gt;+ Department? Dept&amp;nbsp;&lt;/div&gt;" vertex="1">
-           <mxGeometry height="89" width="240" x="1018" y="-839" as="geometry" />
-         </mxCell>
-         <mxCell id="L4VuaSQB8rrQu0eL9hJd-25" parent="L4VuaSQB8rrQu0eL9hJd-1" style="html=1;whiteSpace=wrap;align=left;" value="+ Employee(int DeptNo,string DeptName)&lt;div&gt;+ Equals(object? obj): bool&lt;/div&gt;&lt;div&gt;+ GetHashCode(): int&lt;/div&gt;" vertex="1">
-           <mxGeometry height="50" width="240" x="1018" y="-749" as="geometry" />
+           <mxGeometry height="20" width="410" x="980" y="-859" as="geometry" />
+         </mxCell>
+         <mxCell id="L4VuaSQB8rrQu0eL9hJd-24" parent="L4VuaSQB8rrQu0eL9hJd-1" style="html=1;whiteSpace=wrap;align=left;" value="+ int? EmpNo&lt;div&gt;+ string EmpName&lt;/div&gt;&lt;div&gt;+ DateOnly Birthday&lt;/div&gt;&lt;div&gt;+ string MailAddress&lt;/div&gt;&lt;div&gt;+ int? DeptNo&lt;/div&gt;&lt;div&gt;+ Department? Dept&amp;nbsp;&lt;/div&gt;" vertex="1">
+           <mxGeometry height="89" width="410" x="980" y="-839" as="geometry" />
+         </mxCell>
+         <mxCell id="L4VuaSQB8rrQu0eL9hJd-25" parent="L4VuaSQB8rrQu0eL9hJd-1" style="html=1;whiteSpace=wrap;align=left;" value="+ Employee(int? EmpNo,string EmpName,DateOnly Birthday,string MailAddress,int? DeptNo,Department? Dept)&lt;div&gt;+ Employee(int? EmpNo,string EmpName,DateOnly Birthday,string MailAddress,int? DeptNo,Department? Dept)&lt;br&gt;&lt;div&gt;+ Equals(object? obj): bool&lt;/div&gt;&lt;div&gt;+ GetHashCode(): int&lt;/div&gt;&lt;/div&gt;" vertex="1">
+           <mxGeometry height="89" width="410" x="980" y="-749" as="geometry" />
        </mxCell>
        <mxCell id="L4VuaSQB8rrQu0eL9hJd-26" edge="1" parent="L4VuaSQB8rrQu0eL9hJd-1" style="edgeStyle=orthogonalEdgeStyle;rounded=0;orthogonalLoop=1;jettySize=auto;html=1;exitX=0.5;exitY=1;exitDx=0;exitDy=0;">
          <mxGeometry relative="1" as="geometry">
            <mxPoint x="920" y="-1130" as="sourcePoint" />
            <mxPoint x="920.1764705882354" y="-1129.8235294117646" as="targetPoint" />
          </mxGeometry>
        </mxCell>
        <mxCell id="L4VuaSQB8rrQu0eL9hJd-27" parent="L4VuaSQB8rrQu0eL9hJd-1" style="html=1;whiteSpace=wrap;" value="&lt;b&gt;AppDbContext&lt;/b&gt;" vertex="1">
          <mxGeometry height="20" width="330" x="1395" y="-1110" as="geometry" />
        </mxCell>
        <mxCell id="L4VuaSQB8rrQu0eL9hJd-28" parent="L4VuaSQB8rrQu0eL9hJd-1" style="html=1;whiteSpace=wrap;align=left;" value="+ DbSet&amp;lt;DepartmentEntity&amp;gt; Departments&lt;div&gt;+ DbSet&amp;lt;EmployeeEntity&amp;gt; Employees&lt;/div&gt;&lt;div&gt;+ DbSet&amp;lt;AdminEntity&amp;gt; Admins&lt;/div&gt;" vertex="1">
          <mxGeometry height="50" width="330" x="1395" y="-1090" as="geometry" />
        </mxCell>
        <mxCell id="L4VuaSQB8rrQu0eL9hJd-29" parent="L4VuaSQB8rrQu0eL9hJd-1" style="html=1;whiteSpace=wrap;align=left;" value="+ AppDbContext(DbContextOptions&amp;lt;AppDbContext&amp;gt; options&lt;div&gt;# OnModelCreating(ModelBuilder modelBuilder): void&lt;/div&gt;" vertex="1">
          <mxGeometry height="50" width="330" x="1395" y="-1040" as="geometry" />
        </mxCell>
        <mxCell id="L4VuaSQB8rrQu0eL9hJd-30" parent="L4VuaSQB8rrQu0eL9hJd-1" style="html=1;whiteSpace=wrap;" value="&lt;b&gt;EmployeeController&lt;/b&gt;" vertex="1">
-           <mxGeometry height="20" width="373" x="570" y="-1070" as="geometry" />
+           <mxGeometry height="20" width="390" x="570" y="-1070" as="geometry" />
        </mxCell>
        <mxCell id="L4VuaSQB8rrQu0eL9hJd-31" parent="L4VuaSQB8rrQu0eL9hJd-1" style="html=1;whiteSpace=wrap;align=left;" value="&amp;nbsp;- EmployeeViewModelAdapter _employeeAdapter&lt;div&gt;&amp;nbsp;- DepartmentViewModelAdapter _departmentAdapter&lt;br&gt;&lt;div&gt;&amp;nbsp;- IEmployeeService _service&lt;/div&gt;&lt;/div&gt;" vertex="1">
-           <mxGeometry height="50" width="373" x="570" y="-1050" as="geometry" />
-         </mxCell>
-         <mxCell id="L4VuaSQB8rrQu0eL9hJd-32" parent="L4VuaSQB8rrQu0eL9hJd-1" style="html=1;whiteSpace=wrap;align=left;" value="+ EmployeeController(EmployeeViewModelAdapter employeeAdapter, DepartmentViewModelAdapter departmentAdapter, IEmployeeService service)&lt;div&gt;+ EmployeeList(): IACtionResult&lt;/div&gt;&lt;div&gt;+ EmployeeList(int id): IActionResult&lt;/div&gt;&lt;div&gt;+ EmployeeRegister(): IActionResult&lt;/div&gt;&lt;div&gt;+ EmployeeRegister(EmployeeViewModel vm): IActionResult&amp;nbsp;&lt;/div&gt;&lt;div&gt;+ EmployeeUpdate(int id):&amp;nbsp;&lt;span style=&quot;background-color: transparent; color: light-dark(rgb(0, 0, 0), rgb(255, 255, 255));&quot;&gt;IActionResult&lt;/span&gt;&lt;/div&gt;&lt;div&gt;&lt;span style=&quot;background-color: transparent; color: light-dark(rgb(0, 0, 0), rgb(255, 255, 255));&quot;&gt;+&amp;nbsp;&lt;/span&gt;Employee&lt;span style=&quot;background-color: transparent; color: light-dark(rgb(0, 0, 0), rgb(255, 255, 255));&quot;&gt;Update(int id,&amp;nbsp;&lt;/span&gt;&lt;span style=&quot;background-color: transparent; color: light-dark(rgb(0, 0, 0), rgb(255, 255, 255));&quot;&gt;Employee&lt;/span&gt;&lt;span style=&quot;background-color: transparent; color: light-dark(rgb(0, 0, 0), rgb(255, 255, 255));&quot;&gt;ViewModel vm):&amp;nbsp;&lt;/span&gt;&lt;span style=&quot;background-color: transparent; color: light-dark(rgb(0, 0, 0), rgb(255, 255, 255));&quot;&gt;IActionResult&lt;/span&gt;&lt;/div&gt;" vertex="1">
-           <mxGeometry height="130" width="373" x="570" y="-1000" as="geometry" />
+           <mxGeometry height="50" width="390" x="570" y="-1050" as="geometry" />
+         </mxCell>
+         <mxCell id="L4VuaSQB8rrQu0eL9hJd-32" parent="L4VuaSQB8rrQu0eL9hJd-1" style="html=1;whiteSpace=wrap;align=left;" value="+ EmployeeController(EmployeeViewModelAdapter employeeAdapter, DepartmentViewModelAdapter departmentAdapter, IEmployeeService service)&lt;div&gt;+ EmployeeList(): IACtionResult&lt;/div&gt;&lt;div&gt;+ EmployeeList(int id): IActionResult&lt;/div&gt;&lt;div&gt;+ EmployeeRegister(): IActionResult&lt;/div&gt;&lt;div&gt;+ EmployeeRegister(EmployeeViewModel vm): IActionResult&amp;nbsp;&lt;/div&gt;&lt;div&gt;+ EmployeeUpdate(int number):&amp;nbsp;&lt;span style=&quot;background-color: transparent; color: light-dark(rgb(0, 0, 0), rgb(255, 255, 255));&quot;&gt;IActionResult&lt;/span&gt;&lt;/div&gt;&lt;div&gt;&lt;span style=&quot;background-color: transparent; color: light-dark(rgb(0, 0, 0), rgb(255, 255, 255));&quot;&gt;+&amp;nbsp;&lt;/span&gt;Employee&lt;span style=&quot;background-color: transparent; color: light-dark(rgb(0, 0, 0), rgb(255, 255, 255));&quot;&gt;Update(int number,&amp;nbsp;&lt;/span&gt;&lt;span style=&quot;background-color: transparent; color: light-dark(rgb(0, 0, 0), rgb(255, 255, 255));&quot;&gt;Employee&lt;/span&gt;&lt;span style=&quot;background-color: transparent; color: light-dark(rgb(0, 0, 0), rgb(255, 255, 255));&quot;&gt;ViewModel vm):&amp;nbsp;&lt;/span&gt;&lt;span style=&quot;background-color: transparent; color: light-dark(rgb(0, 0, 0), rgb(255, 255, 255));&quot;&gt;IActionResult&lt;/span&gt;&lt;/div&gt;" vertex="1">
+           <mxGeometry height="130" width="390" x="570" y="-1000" as="geometry" />
        </mxCell>
        <mxCell id="L4VuaSQB8rrQu0eL9hJd-33" edge="1" parent="L4VuaSQB8rrQu0eL9hJd-1" source="L4VuaSQB8rrQu0eL9hJd-32" style="endArrow=openThin;html=1;rounded=0;dashed=1;endFill=0;exitX=0.5;exitY=1;exitDx=0;exitDy=0;" value="">
          <mxGeometry height="50" relative="1" width="50" as="geometry">
            <mxPoint x="734.38" y="-690" as="sourcePoint" />
            <mxPoint x="757" y="-674" as="targetPoint" />
          </mxGeometry>
        </mxCell>
        <mxCell id="L4VuaSQB8rrQu0eL9hJd-34" parent="L4VuaSQB8rrQu0eL9hJd-1" style="text;html=1;whiteSpace=wrap;strokeColor=none;fillColor=none;align=center;verticalAlign=middle;rounded=0;" value="&lt;b&gt;&amp;lt;&amp;lt;call&amp;gt;&amp;gt;&lt;/b&gt;" vertex="1">
          <mxGeometry height="30" width="60" x="770" y="-834" as="geometry" />
        </mxCell>
        <mxCell id="L4VuaSQB8rrQu0eL9hJd-35" edge="1" parent="L4VuaSQB8rrQu0eL9hJd-1" source="L4VuaSQB8rrQu0eL9hJd-32" style="endArrow=classicThin;html=1;rounded=0;dashed=1;endFill=1;exitX=1;exitY=0;exitDx=0;exitDy=0;entryX=0;entryY=0.5;entryDx=0;entryDy=0;" target="L4VuaSQB8rrQu0eL9hJd-7" value="">
          <mxGeometry height="50" relative="1" width="50" as="geometry">
            <mxPoint x="830" y="-810" as="sourcePoint" />
            <mxPoint x="830" y="-480" as="targetPoint" />
          </mxGeometry>
        </mxCell>
        <mxCell id="L4VuaSQB8rrQu0eL9hJd-36" parent="L4VuaSQB8rrQu0eL9hJd-1" style="text;html=1;whiteSpace=wrap;strokeColor=none;fillColor=none;align=center;verticalAlign=middle;rounded=0;" value="&lt;b&gt;&amp;lt;&amp;lt;call&amp;gt;&amp;gt;&lt;/b&gt;" vertex="1">
-           <mxGeometry height="30" width="60" x="950" y="-1050" as="geometry" />
+           <mxGeometry height="30" width="60" x="960" y="-1000" as="geometry" />
        </mxCell>
        <mxCell id="L4VuaSQB8rrQu0eL9hJd-37" parent="L4VuaSQB8rrQu0eL9hJd-1" style="html=1;whiteSpace=wrap;" value="&lt;b&gt;EmployeeViewModel&lt;/b&gt;" vertex="1">
          <mxGeometry height="20" width="240" x="636.5" y="-550" as="geometry" />
        </mxCell>
-         <mxCell id="L4VuaSQB8rrQu0eL9hJd-38" parent="L4VuaSQB8rrQu0eL9hJd-1" style="html=1;whiteSpace=wrap;align=left;" value="+ int? EmpNo&lt;div&gt;+ string EmpName&lt;/div&gt;&lt;div&gt;+ DateOnly Birthday&lt;/div&gt;&lt;div&gt;+ string Mail&lt;/div&gt;&lt;div&gt;+ int DeptNo&lt;/div&gt;&lt;div&gt;+ int? ChangedDeptNo&lt;/div&gt;" vertex="1">
+         <mxCell id="L4VuaSQB8rrQu0eL9hJd-38" parent="L4VuaSQB8rrQu0eL9hJd-1" style="html=1;whiteSpace=wrap;align=left;" value="+ int? EmpNo&lt;div&gt;+ string EmpName&lt;/div&gt;&lt;div&gt;+ DateOnly Birthday&lt;/div&gt;&lt;div&gt;+ string MailAddress&lt;/div&gt;&lt;div&gt;+ int DeptNo&lt;/div&gt;&lt;div&gt;+ int? ChangedDeptNo&lt;/div&gt;" vertex="1">
          <mxGeometry height="110" width="240" x="636.5" y="-530" as="geometry" />
        </mxCell>
        <mxCell id="L4VuaSQB8rrQu0eL9hJd-39" parent="L4VuaSQB8rrQu0eL9hJd-1" style="text;html=1;whiteSpace=wrap;strokeColor=none;fillColor=none;align=center;verticalAlign=middle;rounded=0;" value="&lt;b&gt;&amp;lt;&amp;lt;EmployeeViewModel,&lt;/b&gt;&lt;div&gt;&lt;b style=&quot;background-color: transparent; color: light-dark(rgb(0, 0, 0), rgb(255, 255, 255));&quot;&gt;Employee&amp;gt;&amp;gt;&lt;/b&gt;&lt;/div&gt;" vertex="1">
          <mxGeometry height="30" width="110" x="780" y="-779" as="geometry" />
        </mxCell>
        <mxCell id="L4VuaSQB8rrQu0eL9hJd-40" edge="1" parent="L4VuaSQB8rrQu0eL9hJd-1" source="L4VuaSQB8rrQu0eL9hJd-2" style="endArrow=classicThin;html=1;rounded=0;dashed=1;endFill=1;exitX=0.5;exitY=0;exitDx=0;exitDy=0;entryX=0.5;entryY=1;entryDx=0;entryDy=0;" target="L4VuaSQB8rrQu0eL9hJd-29" value="">
          <mxGeometry height="50" relative="1" width="50" as="geometry">
            <mxPoint x="1400" y="-960" as="sourcePoint" />
            <mxPoint x="1475" y="-970" as="targetPoint" />
          </mxGeometry>
        </mxCell>
        <mxCell id="L4VuaSQB8rrQu0eL9hJd-41" parent="L4VuaSQB8rrQu0eL9hJd-1" style="text;html=1;whiteSpace=wrap;strokeColor=none;fillColor=none;align=center;verticalAlign=middle;rounded=0;" value="&lt;b&gt;&amp;lt;&amp;lt;call&amp;gt;&amp;gt;&lt;/b&gt;" vertex="1">
          <mxGeometry height="30" width="60" x="1490" y="-970" as="geometry" />
        </mxCell>
        <mxCell id="L4VuaSQB8rrQu0eL9hJd-42" edge="1" parent="L4VuaSQB8rrQu0eL9hJd-1" source="L4VuaSQB8rrQu0eL9hJd-7" style="endArrow=classicThin;html=1;rounded=0;dashed=1;endFill=1;exitX=1;exitY=0.25;exitDx=0;exitDy=0;entryX=0;entryY=0.25;entryDx=0;entryDy=0;" target="L4VuaSQB8rrQu0eL9hJd-3" value="">
          <mxGeometry height="50" relative="1" width="50" as="geometry">
            <mxPoint x="1310" y="-960" as="sourcePoint" />
            <mxPoint x="1385" y="-970" as="targetPoint" />
          </mxGeometry>
        </mxCell>
        <mxCell id="L4VuaSQB8rrQu0eL9hJd-43" parent="L4VuaSQB8rrQu0eL9hJd-1" style="text;html=1;whiteSpace=wrap;strokeColor=none;fillColor=none;align=center;verticalAlign=middle;rounded=0;" value="&lt;b&gt;&amp;lt;&amp;lt;call&amp;gt;&amp;gt;&lt;/b&gt;" vertex="1">
          <mxGeometry height="30" width="60" x="1310" y="-930" as="geometry" />
        </mxCell>
        <mxCell id="L4VuaSQB8rrQu0eL9hJd-44" edge="1" parent="L4VuaSQB8rrQu0eL9hJd-1" source="L4VuaSQB8rrQu0eL9hJd-3" style="endArrow=classicThin;html=1;rounded=0;dashed=1;endFill=1;exitX=0;exitY=0.5;exitDx=0;exitDy=0;entryX=0.5;entryY=0;entryDx=0;entryDy=0;" target="L4VuaSQB8rrQu0eL9hJd-14" value="">
          <mxGeometry height="50" relative="1" width="50" as="geometry">
            <mxPoint x="1390" y="-750" as="sourcePoint" />
            <mxPoint x="1465" y="-760" as="targetPoint" />
          </mxGeometry>
        </mxCell>
        <mxCell id="L4VuaSQB8rrQu0eL9hJd-45" parent="L4VuaSQB8rrQu0eL9hJd-1" style="text;html=1;whiteSpace=wrap;strokeColor=none;fillColor=none;align=center;verticalAlign=middle;rounded=0;" value="&lt;b&gt;&amp;lt;&amp;lt;EmployeeEntity,&lt;/b&gt;&lt;div&gt;&lt;b style=&quot;background-color: transparent; color: light-dark(rgb(0, 0, 0), rgb(255, 255, 255));&quot;&gt;Employee&amp;gt;&amp;gt;&lt;/b&gt;&lt;/div&gt;" vertex="1">
-           <mxGeometry height="30" width="130" x="1300" y="-749" as="geometry" />
+           <mxGeometry height="30" width="130" x="1430" y="-669" as="geometry" />
        </mxCell>
        <mxCell id="tJ6zr7Ry7cS49w2Clh0y-0" parent="L4VuaSQB8rrQu0eL9hJd-1" style="html=1;whiteSpace=wrap;" value="&lt;b&gt;InternalExceptionLoggingMiddleware&lt;/b&gt;" vertex="1">
          <mxGeometry height="20" width="373" x="90" y="-1060" as="geometry" />
        </mxCell>
        <mxCell id="tJ6zr7Ry7cS49w2Clh0y-1" parent="L4VuaSQB8rrQu0eL9hJd-1" style="html=1;whiteSpace=wrap;align=left;" value="&amp;nbsp;- RequestDelegate _next&lt;div&gt;&amp;nbsp;- ILogger&amp;lt;InternalExceptionLoggingMiddleware&amp;gt; _logger&lt;/div&gt;" vertex="1">
          <mxGeometry height="40" width="373" x="90" y="-1040" as="geometry" />
        </mxCell>
        <mxCell id="tJ6zr7Ry7cS49w2Clh0y-2" parent="L4VuaSQB8rrQu0eL9hJd-1" style="html=1;whiteSpace=wrap;align=left;" value="+ InternalExceptionLoggingMiddleware(RequestDelegate next, ILogger&amp;lt;InternalExceptionLoggingMiddleware&amp;gt; logger)&lt;div&gt;+ InvokeAsync(HttpContext context): Task&lt;/div&gt;" vertex="1">
          <mxGeometry height="50" width="373" x="90" y="-1000" as="geometry" />
        </mxCell>
        <mxCell id="tJ6zr7Ry7cS49w2Clh0y-3" edge="1" parent="L4VuaSQB8rrQu0eL9hJd-1" source="tJ6zr7Ry7cS49w2Clh0y-2" style="endArrow=diamond;html=1;rounded=0;exitX=1;exitY=0;exitDx=0;exitDy=0;entryX=0;entryY=0;entryDx=0;entryDy=0;endFill=0;" target="L4VuaSQB8rrQu0eL9hJd-32" value="">
          <mxGeometry height="50" relative="1" width="50" as="geometry">
            <mxPoint x="450" y="-820" as="sourcePoint" />
            <mxPoint x="500" y="-870" as="targetPoint" />
          </mxGeometry>
        </mxCell>
        <mxCell id="EFx4vHBw5PRTAbaVteqa-0" edge="1" parent="L4VuaSQB8rrQu0eL9hJd-1" source="L4VuaSQB8rrQu0eL9hJd-22" style="endArrow=diamond;html=1;rounded=0;exitX=0.008;exitY=0.366;exitDx=0;exitDy=0;entryX=1;entryY=0.5;entryDx=0;entryDy=0;endFill=0;exitPerimeter=0;" target="L4VuaSQB8rrQu0eL9hJd-28" value="">
          <mxGeometry height="50" relative="1" width="50" as="geometry">
            <mxPoint x="1790" y="-1025.71" as="sourcePoint" />
            <mxPoint x="1897" y="-1025.71" as="targetPoint" />
          </mxGeometry>
        </mxCell>
      </root>
    </mxGraphModel>
  </diagram>
  <diagram id="2EHfoQtUMXIBtWF8J7_r" name="Middleware">
    <mxGraphModel dx="1001" dy="451" grid="1" gridSize="10" guides="1" tooltips="1" connect="1" arrows="1" fold="1" page="1" pageScale="1" pageWidth="827" pageHeight="1169" math="0" shadow="0">
      <root>
        <mxCell id="0" />
        <mxCell id="1" parent="0" />
        <mxCell id="9SU9_qW8QYxilL6sdXC9-1" parent="1" style="html=1;whiteSpace=wrap;" value="&lt;b&gt;InternalExceptionLoggingMiddleware&lt;/b&gt;" vertex="1">
          <mxGeometry height="20" width="373" x="190" y="110" as="geometry" />
        </mxCell>
        <mxCell id="9SU9_qW8QYxilL6sdXC9-2" parent="1" style="html=1;whiteSpace=wrap;align=left;" value="&amp;nbsp;- RequestDelegate _next&lt;div&gt;&amp;nbsp;- ILogger&amp;lt;InternalExceptionLoggingMiddleware&amp;gt; _logger&lt;/div&gt;" vertex="1">
          <mxGeometry height="40" width="373" x="190" y="130" as="geometry" />
        </mxCell>
        <mxCell id="9SU9_qW8QYxilL6sdXC9-3" parent="1" style="html=1;whiteSpace=wrap;align=left;" value="+ InternalExceptionLoggingMiddleware(RequestDelegate next, ILogger&amp;lt;InternalExceptionLoggingMiddleware&amp;gt; logger)&lt;div&gt;+ InvokeAsync(HttpContext context): Task&lt;/div&gt;" vertex="1">
          <mxGeometry height="50" width="373" x="190" y="170" as="geometry" />
        </mxCell>
        <mxCell id="9SU9_qW8QYxilL6sdXC9-4" parent="1" style="html=1;whiteSpace=wrap;" value="&lt;b&gt;SystemController&lt;/b&gt;" vertex="1">
          <mxGeometry height="20" width="373" x="190" y="280" as="geometry" />
        </mxCell>
        <mxCell id="9SU9_qW8QYxilL6sdXC9-5" parent="1" style="html=1;whiteSpace=wrap;align=left;" value="&amp;nbsp;- RequestDelegate _next&lt;div&gt;&amp;nbsp;- ILogger&amp;lt;InternalExceptionLoggingMiddleware&amp;gt; _logger&lt;/div&gt;" vertex="1">
          <mxGeometry height="40" width="373" x="190" y="300" as="geometry" />
        </mxCell>
        <mxCell id="nSlZFd5wFAZSHYiUsW6L-1" edge="1" parent="1" source="9SU9_qW8QYxilL6sdXC9-4" style="endArrow=diamond;html=1;rounded=0;exitX=0.5;exitY=0;exitDx=0;exitDy=0;entryX=0.5;entryY=1;entryDx=0;entryDy=0;endFill=0;" target="9SU9_qW8QYxilL6sdXC9-3" value="">
          <mxGeometry height="50" relative="1" width="50" as="geometry">
            <mxPoint x="90" y="290" as="sourcePoint" />
            <mxPoint x="140" y="240" as="targetPoint" />
          </mxGeometry>
        </mxCell>
      </root>
    </mxGraphModel>
  </diagram>
</mxfile>
